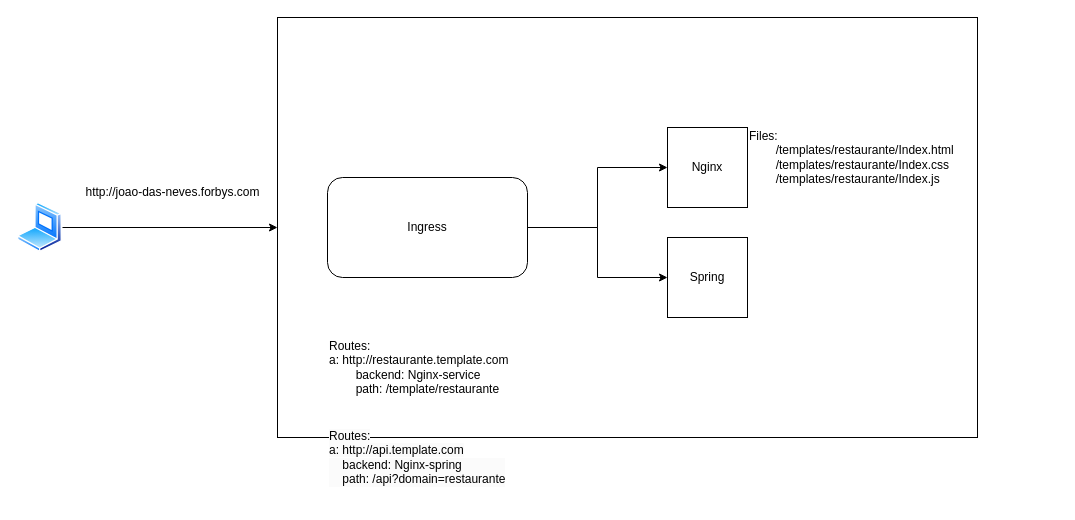
The draw.io diagram page "Pipeline" (4 of 4) of Diagrama sem nome.drawio in Odrakir1/forbys, before the edit. Source tidied: cells renumbered, new cells numbered last; positions are measured from the earlier drawing's top-left corner, leaving out a move shared by most shapes. Both pictures are drawn from the tidied source at 100%, with x=0, y=0 at pixel (17, 17).
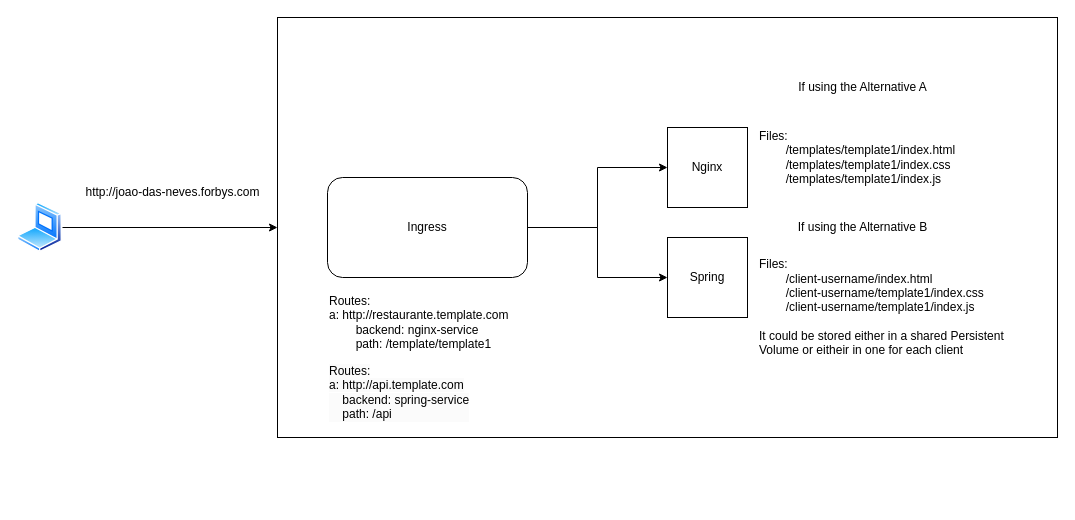
The same page after the edit.

The edit, as a diff of the source:
```diff
@@
 <mxGraphModel>
   <root>
     <mxCell id="0" />
     <mxCell id="1" parent="0" />
     <mxCell id="2" style="edgeStyle=orthogonalEdgeStyle;rounded=0;jettySize=auto;html=1;" parent="1" edge="1" source="3" target="4">
       <mxGeometry relative="1" as="geometry" />
     </mxCell>
     <mxCell id="3" style="image;perimeter=ellipsePerimeter;html=1;align=center;shadow=0;dashed=0;spacingTop=3;image=img/lib/active_directory/laptop_client.svg;" parent="1" vertex="1">
       <mxGeometry y="185" width="45" height="50" as="geometry" />
     </mxCell>
     <mxCell id="4" style="rounded=0;whiteSpace=wrap;html=1;" parent="1" vertex="1">
-      <mxGeometry x="260" width="700" height="420" as="geometry" />
+      <mxGeometry x="260" width="780" height="420" as="geometry" />
     </mxCell>
     <mxCell id="5" style="edgeStyle=orthogonalEdgeStyle;rounded=0;jettySize=auto;html=1;entryX=0;entryY=0.5;entryDx=0;entryDy=0;" parent="1" edge="1" source="7" target="8">
       <mxGeometry relative="1" as="geometry" />
     </mxCell>
     <mxCell id="6" style="edgeStyle=orthogonalEdgeStyle;rounded=0;jettySize=auto;html=1;entryX=0;entryY=0.5;entryDx=0;entryDy=0;" parent="1" edge="1" source="7" target="9">
       <mxGeometry relative="1" as="geometry" />
     </mxCell>
     <mxCell id="7" value="Ingress" style="rounded=1;whiteSpace=wrap;html=1;" parent="1" vertex="1">
       <mxGeometry x="310" y="160" width="200" height="100" as="geometry" />
     </mxCell>
     <mxCell id="8" value="Nginx" style="whiteSpace=wrap;html=1;" parent="1" vertex="1">
       <mxGeometry x="650" y="110" width="80" height="80" as="geometry" />
     </mxCell>
     <mxCell id="9" value="Spring" style="whiteSpace=wrap;html=1;" parent="1" vertex="1">
       <mxGeometry x="650" y="220" width="80" height="80" as="geometry" />
     </mxCell>
     <mxCell id="10" value="http://joao-das-neves.forbys.com" style="text;html=1;align=center;verticalAlign=middle;strokeColor=none;fillColor=none;" parent="1" vertex="1">
       <mxGeometry x="55" y="160" width="200" height="30" as="geometry" />
     </mxCell>
-    <mxCell id="11" value="Routes:&lt;br&gt;a:&amp;nbsp;&lt;span style=&quot;text-wrap: nowrap;&quot;&gt;http://restaurante.template.com&lt;/span&gt;&lt;div&gt;&lt;span style=&quot;white-space: pre;&quot;&gt;&#9;&lt;/span&gt;backend: Nginx-service&lt;br&gt;&lt;span style=&quot;white-space: pre;&quot;&gt;&#9;&lt;/span&gt;path: /template/restaurante&lt;br&gt;&lt;/div&gt;" style="text;html=1;align=left;verticalAlign=middle;whiteSpace=wrap;rounded=0;" parent="1" vertex="1">
-      <mxGeometry x="310" y="290" width="250" height="120" as="geometry" />
+    <mxCell id="11" value="Routes:&lt;br&gt;a:&amp;nbsp;&lt;span style=&quot;text-wrap: nowrap;&quot;&gt;http://restaurante.template.com&lt;/span&gt;&lt;div&gt;&lt;span style=&quot;white-space: pre;&quot;&gt;&#9;&lt;/span&gt;backend: nginx-service&lt;br&gt;&lt;span style=&quot;white-space: pre;&quot;&gt;&#9;&lt;/span&gt;path: /template/template1&lt;br&gt;&lt;/div&gt;" style="text;html=1;align=left;verticalAlign=middle;whiteSpace=wrap;rounded=0;" parent="1" vertex="1">
+      <mxGeometry x="310" y="245" width="250" height="120" as="geometry" />
     </mxCell>
-    <mxCell id="12" value="&lt;div&gt;Files:&lt;br&gt;&lt;span style=&quot;white-space: pre;&quot;&gt;&#9;&lt;/span&gt;/templates/restaurante/Index.html&lt;br&gt;&lt;span style=&quot;white-space: pre;&quot;&gt;&#9;&lt;/span&gt;&lt;span style=&quot;background-color: initial;&quot;&gt;/templates/restaurante/Index.css&lt;br&gt;&lt;/span&gt;&lt;span style=&quot;white-space: pre;&quot;&gt;&#9;&lt;/span&gt;&lt;span style=&quot;background-color: initial;&quot;&gt;/templates/restaurante/Index.js&lt;/span&gt;&lt;br&gt;&lt;/div&gt;" style="text;html=1;align=left;verticalAlign=middle;whiteSpace=wrap;rounded=0;" parent="1" vertex="1">
-      <mxGeometry x="730" y="80" width="210" height="120" as="geometry" />
+    <mxCell id="12" value="&lt;div&gt;Files:&lt;br&gt;&lt;span style=&quot;white-space: pre;&quot;&gt;&#9;&lt;/span&gt;/templates/template1/index.html&lt;br&gt;&lt;span style=&quot;white-space: pre;&quot;&gt;&#9;&lt;/span&gt;&lt;span style=&quot;background-color: initial; --darkreader-inline-bgcolor: initial;&quot;&gt;/templates/template1/index.css&lt;br&gt;&lt;/span&gt;&lt;span style=&quot;white-space: pre;&quot;&gt;&#9;&lt;/span&gt;&lt;span style=&quot;background-color: initial; --darkreader-inline-bgcolor: initial;&quot;&gt;/templates/template1/index.js&lt;/span&gt;&lt;br&gt;&lt;/div&gt;" style="text;html=1;align=left;verticalAlign=middle;whiteSpace=wrap;rounded=0;" parent="1" vertex="1">
+      <mxGeometry x="740" y="80" width="210" height="120" as="geometry" />
     </mxCell>
-    <mxCell id="13" value="&lt;span style=&quot;color: rgb(0, 0, 0); font-family: Helvetica; font-size: 12px; font-style: normal; font-variant-ligatures: normal; font-variant-caps: normal; font-weight: 400; letter-spacing: normal; orphans: 2; text-align: left; text-indent: 0px; text-transform: none; widows: 2; word-spacing: 0px; -webkit-text-stroke-width: 0px; white-space: normal; background-color: rgb(251, 251, 251); text-decoration-thickness: initial; text-decoration-style: initial; text-decoration-color: initial; display: inline !important; float: none;&quot;&gt;Routes:&lt;/span&gt;&lt;br style=&quot;color: rgb(0, 0, 0); font-family: Helvetica; font-size: 12px; font-style: normal; font-variant-ligatures: normal; font-variant-caps: normal; font-weight: 400; letter-spacing: normal; orphans: 2; text-align: left; text-indent: 0px; text-transform: none; widows: 2; word-spacing: 0px; -webkit-text-stroke-width: 0px; white-space: normal; background-color: rgb(251, 251, 251); text-decoration-thickness: initial; text-decoration-style: initial; text-decoration-color: initial;&quot;&gt;&lt;span style=&quot;color: rgb(0, 0, 0); font-family: Helvetica; font-size: 12px; font-style: normal; font-variant-ligatures: normal; font-variant-caps: normal; font-weight: 400; letter-spacing: normal; orphans: 2; text-align: left; text-indent: 0px; text-transform: none; widows: 2; word-spacing: 0px; -webkit-text-stroke-width: 0px; white-space: normal; background-color: rgb(251, 251, 251); text-decoration-thickness: initial; text-decoration-style: initial; text-decoration-color: initial; display: inline !important; float: none;&quot;&gt;a:&amp;nbsp;&lt;/span&gt;&lt;span style=&quot;color: rgb(0, 0, 0); font-family: Helvetica; font-size: 12px; font-style: normal; font-variant-ligatures: normal; font-variant-caps: normal; font-weight: 400; letter-spacing: normal; orphans: 2; text-align: left; text-indent: 0px; text-transform: none; widows: 2; word-spacing: 0px; -webkit-text-stroke-width: 0px; white-space: nowrap; background-color: rgb(251, 251, 251); text-decoration-thickness: initial; text-decoration-style: initial; text-decoration-color: initial;&quot;&gt;http://api.template.com&lt;/span&gt;&lt;div style=&quot;color: rgb(0, 0, 0); font-family: Helvetica; font-size: 12px; font-style: normal; font-variant-ligatures: normal; font-variant-caps: normal; font-weight: 400; letter-spacing: normal; orphans: 2; text-align: left; text-indent: 0px; text-transform: none; widows: 2; word-spacing: 0px; -webkit-text-stroke-width: 0px; white-space: normal; background-color: rgb(251, 251, 251); text-decoration-thickness: initial; text-decoration-style: initial; text-decoration-color: initial;&quot;&gt;&lt;span style=&quot;white-space: pre;&quot;&gt;&lt;span style=&quot;white-space: pre;&quot;&gt;&amp;nbsp;&amp;nbsp;&amp;nbsp;&amp;nbsp;&lt;/span&gt;&lt;/span&gt;backend: Nginx-spring&lt;br&gt;&lt;span style=&quot;white-space: pre;&quot;&gt;&lt;span style=&quot;white-space: pre;&quot;&gt;&amp;nbsp;&amp;nbsp;&amp;nbsp;&amp;nbsp;&lt;/span&gt;&lt;/span&gt;path: /api?domain=restaurante&lt;/div&gt;" style="text;whiteSpace=wrap;html=1;" parent="1" vertex="1">
-      <mxGeometry x="310" y="405" width="210" height="80" as="geometry" />
+    <mxCell id="13" value="&lt;span style=&quot;color: rgb(0, 0, 0); font-family: Helvetica; font-size: 12px; font-style: normal; font-variant-ligatures: normal; font-variant-caps: normal; font-weight: 400; letter-spacing: normal; orphans: 2; text-align: left; text-indent: 0px; text-transform: none; widows: 2; word-spacing: 0px; -webkit-text-stroke-width: 0px; white-space: normal; background-color: rgb(251, 251, 251); text-decoration-thickness: initial; text-decoration-style: initial; text-decoration-color: initial; float: none; --darkreader-inline-color: #e8e6e3; --darkreader-inline-bgcolor: #1a1c1e; display: inline !important;&quot;&gt;Routes:&lt;/span&gt;&lt;br style=&quot;color: rgb(0, 0, 0); font-family: Helvetica; font-size: 12px; font-style: normal; font-variant-ligatures: normal; font-variant-caps: normal; font-weight: 400; letter-spacing: normal; orphans: 2; text-align: left; text-indent: 0px; text-transform: none; widows: 2; word-spacing: 0px; -webkit-text-stroke-width: 0px; white-space: normal; background-color: rgb(251, 251, 251); text-decoration-thickness: initial; text-decoration-style: initial; text-decoration-color: initial; --darkreader-inline-color: #e8e6e3; --darkreader-inline-bgcolor: #1a1c1e;&quot;&gt;&lt;span style=&quot;color: rgb(0, 0, 0); font-family: Helvetica; font-size: 12px; font-style: normal; font-variant-ligatures: normal; font-variant-caps: normal; font-weight: 400; letter-spacing: normal; orphans: 2; text-align: left; text-indent: 0px; text-transform: none; widows: 2; word-spacing: 0px; -webkit-text-stroke-width: 0px; white-space: normal; background-color: rgb(251, 251, 251); text-decoration-thickness: initial; text-decoration-style: initial; text-decoration-color: initial; float: none; --darkreader-inline-color: #e8e6e3; --darkreader-inline-bgcolor: #1a1c1e; display: inline !important;&quot;&gt;a:&amp;nbsp;&lt;/span&gt;&lt;span style=&quot;color: rgb(0, 0, 0); font-family: Helvetica; font-size: 12px; font-style: normal; font-variant-ligatures: normal; font-variant-caps: normal; font-weight: 400; letter-spacing: normal; orphans: 2; text-align: left; text-indent: 0px; text-transform: none; widows: 2; word-spacing: 0px; -webkit-text-stroke-width: 0px; white-space: nowrap; background-color: rgb(251, 251, 251); text-decoration-thickness: initial; text-decoration-style: initial; text-decoration-color: initial; --darkreader-inline-color: #e8e6e3; --darkreader-inline-bgcolor: #1a1c1e;&quot;&gt;http://api.template.com&lt;/span&gt;&lt;div style=&quot;color: rgb(0, 0, 0); font-family: Helvetica; font-size: 12px; font-style: normal; font-variant-ligatures: normal; font-variant-caps: normal; font-weight: 400; letter-spacing: normal; orphans: 2; text-align: left; text-indent: 0px; text-transform: none; widows: 2; word-spacing: 0px; -webkit-text-stroke-width: 0px; white-space: normal; background-color: rgb(251, 251, 251); text-decoration-thickness: initial; text-decoration-style: initial; text-decoration-color: initial; --darkreader-inline-color: #e8e6e3; --darkreader-inline-bgcolor: #1a1c1e;&quot;&gt;&lt;span style=&quot;white-space: pre;&quot;&gt;&lt;span style=&quot;white-space: pre;&quot;&gt;&amp;nbsp;&amp;nbsp;&amp;nbsp;&amp;nbsp;&lt;/span&gt;&lt;/span&gt;backend: spring-service&lt;br&gt;&lt;span style=&quot;white-space: pre;&quot;&gt;&lt;span style=&quot;white-space: pre;&quot;&gt;&amp;nbsp;&amp;nbsp;&amp;nbsp;&amp;nbsp;&lt;/span&gt;&lt;/span&gt;path: /api&lt;/div&gt;" style="text;whiteSpace=wrap;html=1;" parent="1" vertex="1">
+      <mxGeometry x="310" y="340" width="210" height="80" as="geometry" />
     </mxCell>
+    <mxCell id="14" value="If using the Alternative A" style="text;html=1;align=center;verticalAlign=middle;whiteSpace=wrap;rounded=0;" parent="1" vertex="1">
+      <mxGeometry x="772.5" y="50" width="145" height="40" as="geometry" />
+    </mxCell>
+    <mxCell id="15" value="If using the Alternative B" style="text;html=1;align=center;verticalAlign=middle;whiteSpace=wrap;rounded=0;" parent="1" vertex="1">
+      <mxGeometry x="772.5" y="190" width="145" height="40" as="geometry" />
+    </mxCell>
+    <mxCell id="16" value="&lt;div&gt;Files:&lt;br&gt;&lt;span style=&quot;white-space: pre;&quot;&gt;&#9;&lt;/span&gt;/client-username/index.html&lt;br&gt;&lt;span style=&quot;white-space: pre;&quot;&gt;&#9;&lt;/span&gt;&lt;span style=&quot;background-color: initial; color: rgb(0, 0, 0); --darkreader-inline-bgcolor: initial; --darkreader-inline-color: #e8e6e3;&quot;&gt;/client-username&lt;/span&gt;&lt;span style=&quot;background-color: initial; color: rgb(0, 0, 0); --darkreader-inline-bgcolor: initial; --darkreader-inline-color: #e8e6e3;&quot;&gt;/template1/index.css&lt;/span&gt;&lt;/div&gt;&lt;div&gt;&lt;span style=&quot;white-space: pre;&quot;&gt;&#9;&lt;/span&gt;&lt;span style=&quot;background-color: initial; color: rgb(0, 0, 0); --darkreader-inline-bgcolor: initial; --darkreader-inline-color: #e8e6e3;&quot;&gt;/client-username&lt;/span&gt;&lt;span style=&quot;background-color: initial; color: rgb(0, 0, 0); --darkreader-inline-bgcolor: initial; --darkreader-inline-color: #e8e6e3;&quot;&gt;/template1/index.js&lt;/span&gt;&lt;/div&gt;&lt;div&gt;&lt;span style=&quot;background-color: initial; color: rgb(0, 0, 0); --darkreader-inline-bgcolor: initial; --darkreader-inline-color: #e8e6e3;&quot;&gt;&lt;br&gt;It could be stored either in a shared Persistent Volume or eitheir in one for each client&lt;/span&gt;&lt;/div&gt;" style="text;html=1;align=left;verticalAlign=middle;whiteSpace=wrap;rounded=0;" parent="1" vertex="1">
+      <mxGeometry x="740" y="230" width="270" height="120" as="geometry" />
+    </mxCell>
   </root>
 </mxGraphModel>
```
